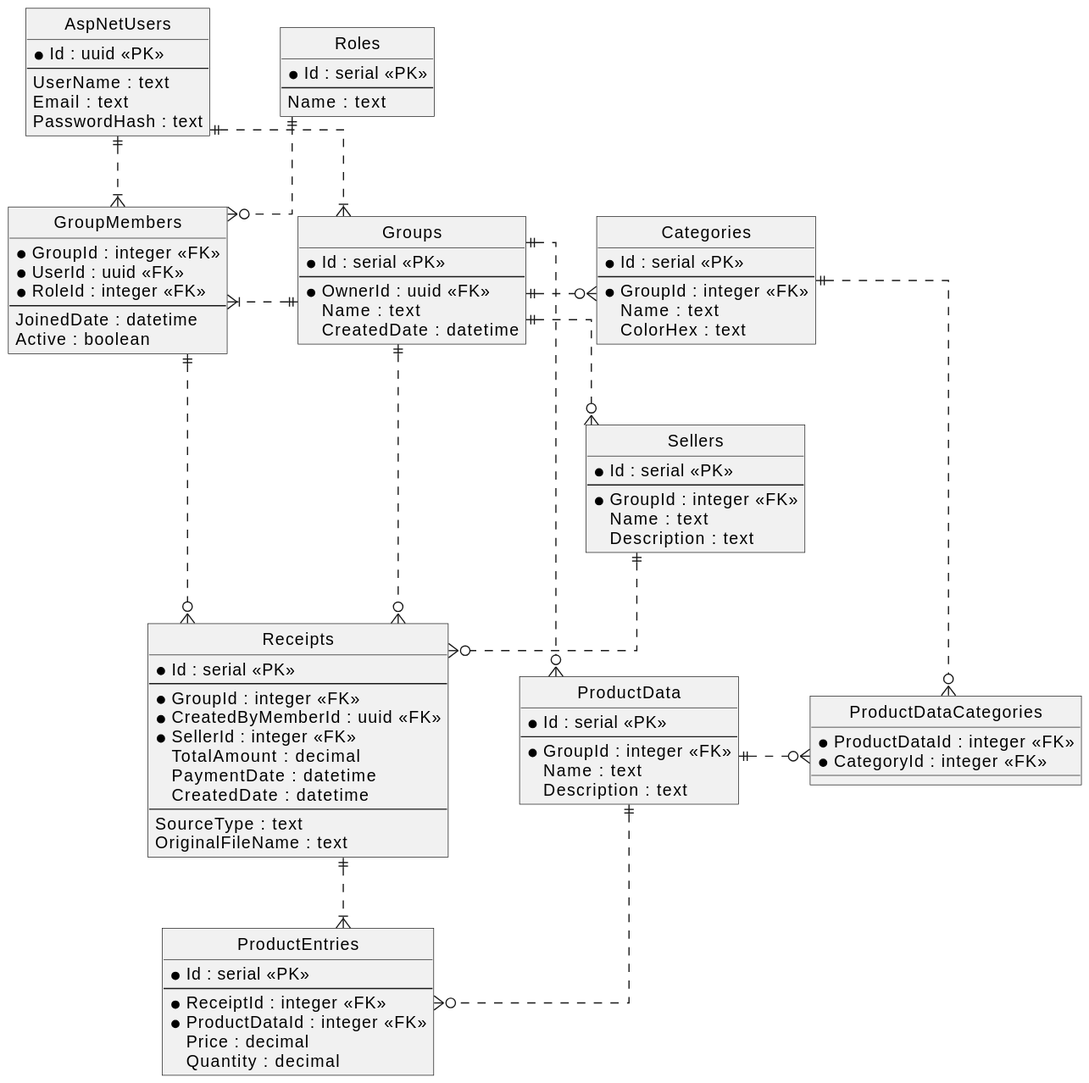
amiadesu/FinanceTracking keeps this PlantUML diagram as img/FinanceTrackingERD.svg. Above is the earlier version. Its diagram source:
```plantuml
@startuml
hide circle
skinparam linetype ortho
skinparam shadowing false
skinparam roundcorner 0

skinparam nodesep 60
skinparam ranksep 60


entity "AspNetUsers" as Users {
    *Id : uuid <<PK>>
    --
    UserName : text
    Email : text
    PasswordHash : text
}

entity "Roles" as Roles {
    *Id : serial <<PK>>
    --
    Name : text
}

entity "Groups" as Groups {
    *Id : serial <<PK>>
    --
    *OwnerId : uuid <<FK>>
    Name : text
    CreatedDate : datetime
}

entity "GroupMembers" as GrpMem {
    *GroupId : integer <<FK>>
    *UserId : uuid <<FK>>
    *RoleId : integer <<FK>>
    --
    JoinedDate : datetime
    Active : boolean
}

entity "Categories" as Cats {
    *Id : serial <<PK>>
    --
    *GroupId : integer <<FK>>
    Name : text
    ColorHex : text
}

entity "Sellers" as Sellers {
    *Id : serial <<PK>>
    --
    *GroupId : integer <<FK>>
    Name : text
    Description : text
}

entity "ProductData" as ProdData {
    *Id : serial <<PK>>
    --
    *GroupId : integer <<FK>>
    Name : text
    Description : text
}

entity "ProductDataCategories" as DataCats {
    *ProductDataId : integer <<FK>>
    *CategoryId : integer <<FK>>
}

entity "Receipts" as Receipts {
    *Id : serial <<PK>>
    --
    *GroupId : integer <<FK>>
    *CreatedByMemberId : uuid <<FK>>
    *SellerId : integer <<FK>>
    TotalAmount : decimal
    PaymentDate : datetime
    CreatedDate : datetime
    --
    SourceType : text
    OriginalFileName : text
}

entity "ProductEntries" as ProdEntries {
    *Id : serial <<PK>>
    --
    *ReceiptId : integer <<FK>>
    *ProductDataId : integer <<FK>>
    Price : decimal
    Quantity : decimal
}


Users -[hidden]right- Roles

GrpMem -[hidden]right- Groups
Groups -[hidden]right- Cats

Cats -[hidden]down- Sellers
Sellers -[hidden]down- ProdData
ProdData -[hidden]right- DataCats

Groups -[hidden]down- Receipts

Receipts -[hidden]down- ProdEntries

Users -[hidden]down- Groups
Roles -[hidden]down- GrpMem



Users ||..|{ Groups
Users ||..|{ GrpMem
Roles ||..o{ GrpMem

Groups ||..|{ GrpMem

Groups ||..o{ Cats
Groups ||..o{ Sellers
Groups ||..o{ ProdData

Cats ||..o{ DataCats
ProdData ||..o{ DataCats

Groups ||..o{ Receipts
GrpMem ||..o{ Receipts
Sellers ||..o{ Receipts
Receipts ||..|{ ProdEntries
ProdData ||..o{ ProdEntries
@enduml
```
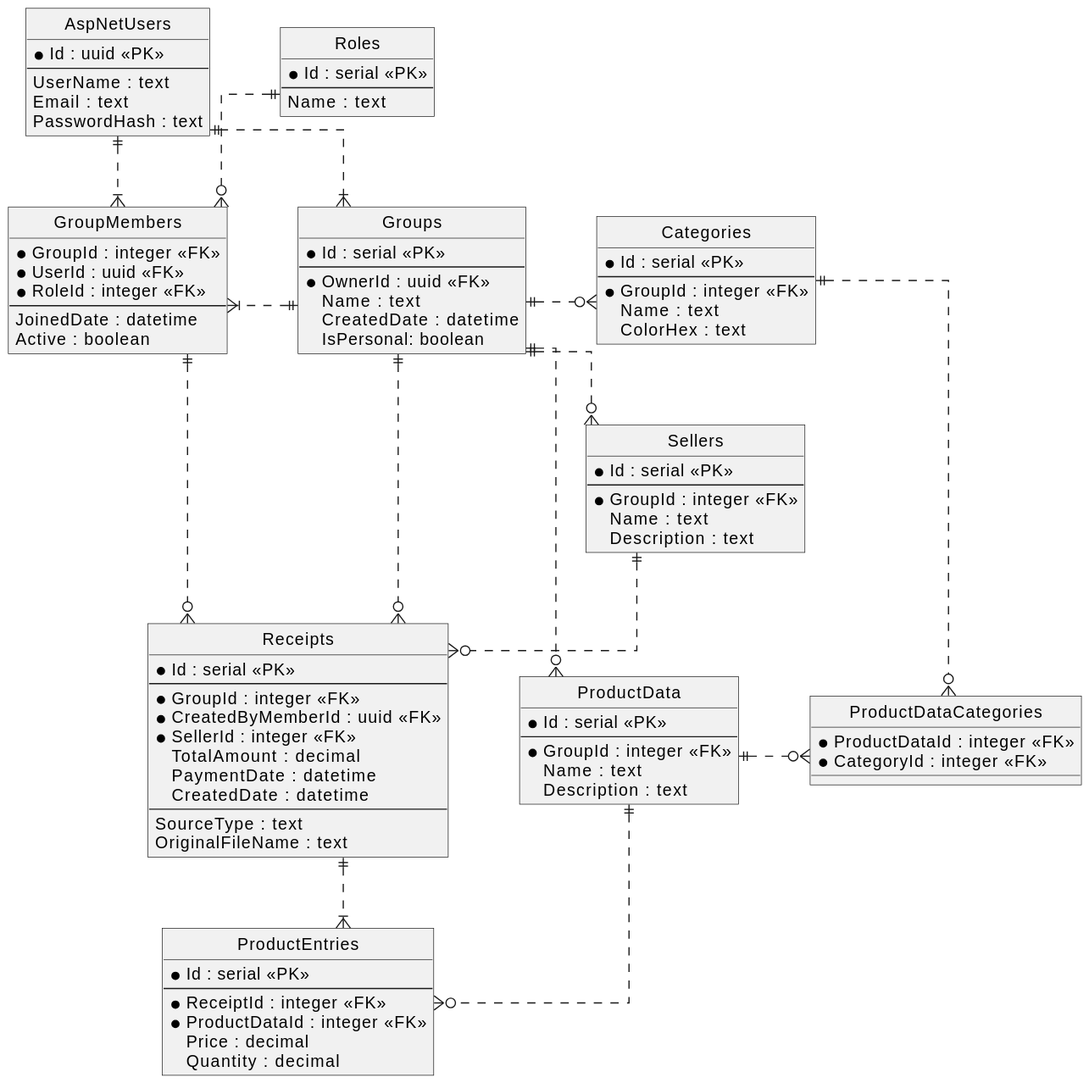
The same diagram one commit later.

Commit message:
Updated ERD diagram.

The edit, as a diff of the source:
```diff
@@ -28,6 +28,7 @@
     *OwnerId : uuid <<FK>>
     Name : text
     CreatedDate : datetime
+    IsPersonal: boolean
 }
 
 entity "GroupMembers" as GrpMem {
```
